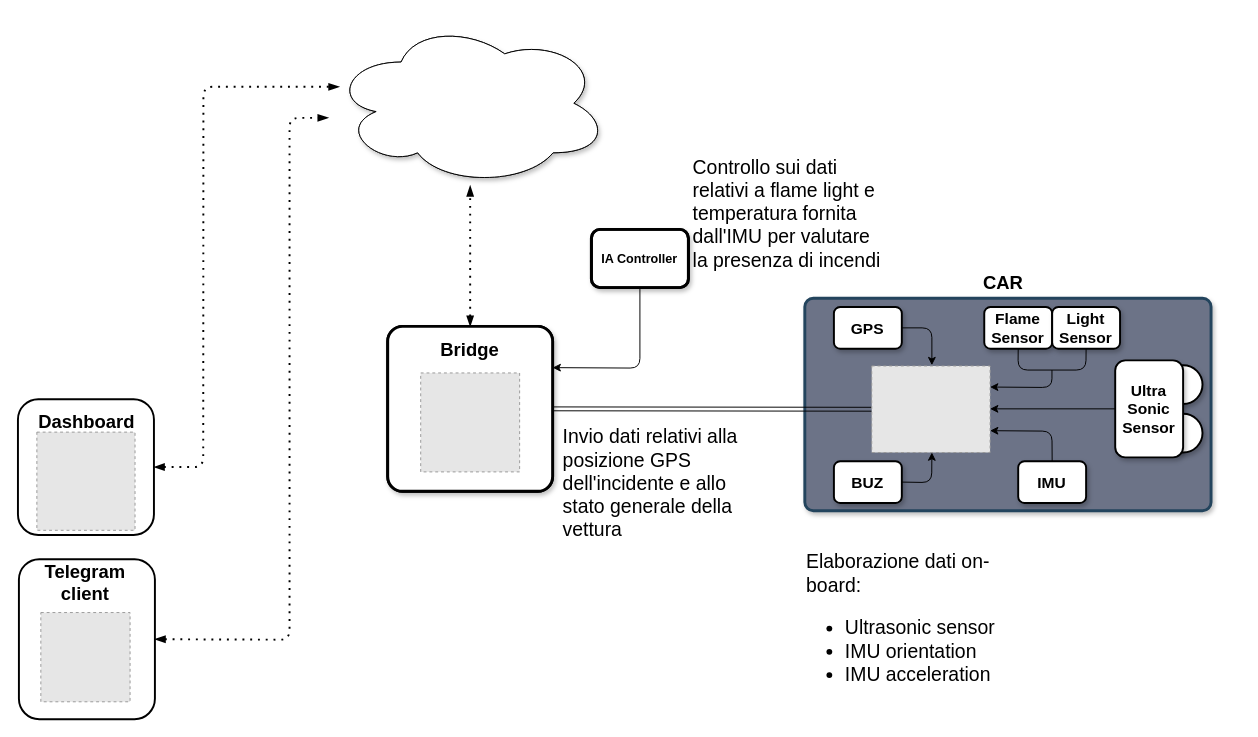
The draw.io diagram page "Pagina-1" (1 of 2) of documentation/arch.drawio in GGZ8/car_accident_detection, before the edit. Source tidied: cells renumbered, new cells numbered last; positions are measured from the earlier drawing's top-left corner, leaving out a move shared by most shapes. Both pictures are drawn from the tidied source at 97%, with x=0, y=0 at pixel (17, 20). Pictures stored in the file or linked from it are replaced by grey dashed boxes.
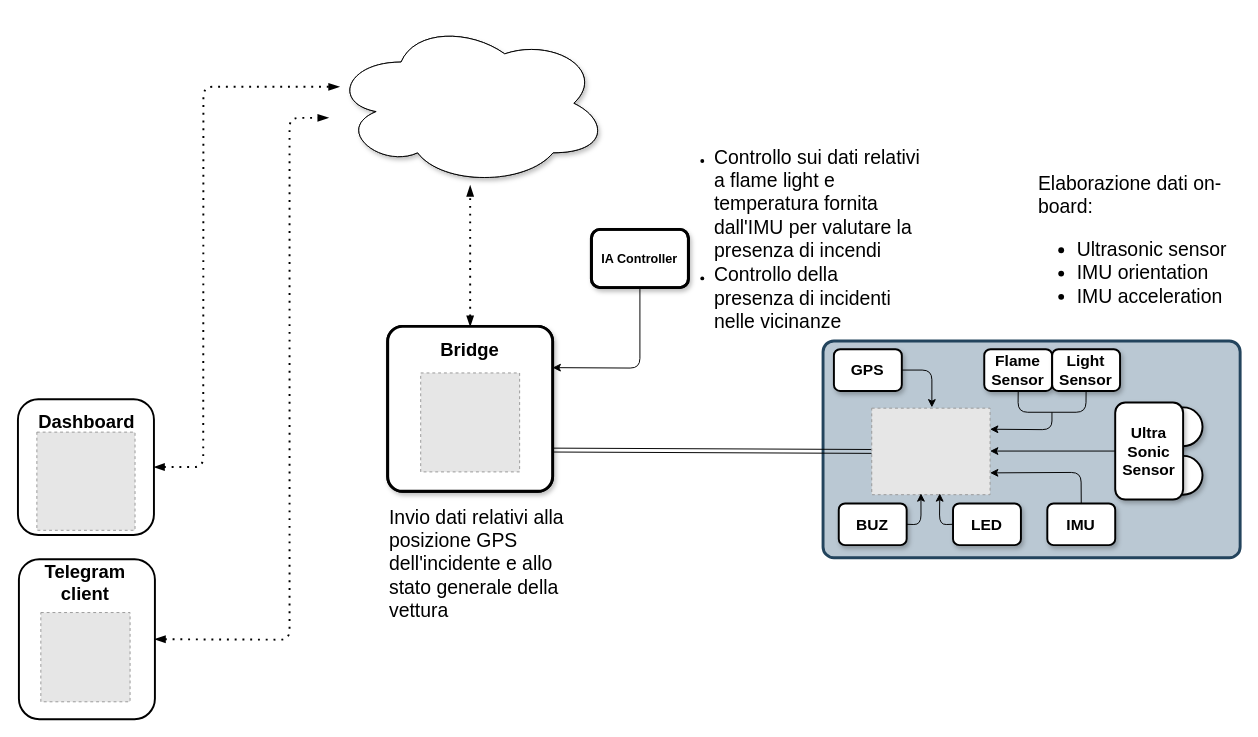
Above is the later version.

The change refers to these unchanged cells:
```xml
<mxCell id="6" value="&lt;font style=&quot;font-size: 20px&quot;&gt;&lt;b&gt;BRIDGE&lt;/b&gt;&lt;/font&gt;" style="whiteSpace=wrap;html=1;strokeWidth=3;rounded=1;arcSize=9;" parent="1" vertex="1">
  <mxGeometry x="381.2" y="315" width="170" height="170" as="geometry" />
</mxCell>
<mxCell id="13" style="whiteSpace=wrap;html=1;strokeWidth=3;rounded=1;arcSize=9;shadow=1;" parent="1" vertex="1">
  <mxGeometry x="381.2" y="315" width="170" height="170" as="geometry" />
</mxCell>
```

Change to the diagram source:
```diff
@@
+    <mxCell id="42" style="rounded=1;whiteSpace=wrap;html=1;arcSize=5;fillColor=#bac8d3;strokeColor=#23445d;strokeWidth=3;" parent="1" vertex="1">
+      <mxGeometry x="830" y="330" width="430" height="223.5" as="geometry" />
+    </mxCell>
@@
-    <mxCell id="4" style="rounded=1;whiteSpace=wrap;html=1;strokeWidth=3;strokeColor=#23445d;arcSize=4;shadow=1;sketch=0;perimeterSpacing=0;curveFitting=2.95;zigzagOffset=2;fillColor=#6C7387;" parent="1" vertex="1">
-      <mxGeometry x="811.2" y="286" width="418.8" height="219" as="geometry" />
-    </mxCell>
     <mxCell id="5" style="rounded=1;whiteSpace=wrap;html=1;strokeWidth=3;shadow=1;fillColor=none;strokeColor=none;" parent="1" vertex="1">
-      <mxGeometry x="882.2" y="355" width="120" height="90" as="geometry" />
+      <mxGeometry x="882.2" y="398.5" width="120" height="90" as="geometry" />
     </mxCell>
@@
-    <mxCell id="7" style="shape=link;html=1;exitX=1;exitY=0.5;exitDx=0;exitDy=0;entryX=0;entryY=0.5;entryDx=0;entryDy=0;" parent="1" edge="1" source="6" target="36">
+    <mxCell id="7" style="shape=link;html=1;exitX=1;exitY=0.75;exitDx=0;exitDy=0;entryX=0;entryY=0.5;entryDx=0;entryDy=0;" parent="1" edge="1" source="13" target="36">
       <mxGeometry relative="1" as="geometry" />
     </mxCell>
@@
-    <mxCell id="15" value="&lt;font style=&quot;font-size: 19px&quot;&gt;&lt;b&gt;CAR&lt;/b&gt;&lt;/font&gt;" style="text;html=1;strokeColor=none;fillColor=none;align=center;verticalAlign=middle;whiteSpace=wrap;rounded=0;" parent="1" vertex="1">
-      <mxGeometry x="976.2" y="256" width="80" height="30" as="geometry" />
-    </mxCell>
     <mxCell id="16" value="&lt;b style=&quot;font-size: 16px&quot;&gt;Flame&lt;br&gt;Sensor&lt;/b&gt;" style="rounded=1;whiteSpace=wrap;html=1;strokeWidth=2;fillColor=#ffffff;gradientColor=none;shadow=1;" parent="1" vertex="1">
-      <mxGeometry x="996.2" y="295" width="70" height="43" as="geometry" />
+      <mxGeometry x="996.2" y="338.5" width="70" height="43" as="geometry" />
     </mxCell>
     <mxCell id="17" value="&lt;b&gt;&lt;font style=&quot;font-size: 16px&quot;&gt;IMU&lt;/font&gt;&lt;/b&gt;" style="rounded=1;whiteSpace=wrap;html=1;strokeWidth=2;fillColor=#ffffff;gradientColor=none;shadow=1;" parent="1" vertex="1">
-      <mxGeometry x="1031.2" y="454" width="70" height="43" as="geometry" />
+      <mxGeometry x="1061.2" y="497.5" width="70" height="43" as="geometry" />
     </mxCell>
     <mxCell id="18" style="endArrow=classic;html=1;entryX=1;entryY=0.25;entryDx=0;entryDy=0;" parent="1" edge="1" target="5">
       <mxGeometry relative="1" as="geometry">
-        <mxPoint x="1066" y="360" as="sourcePoint" />
+        <mxPoint x="1066" y="403.5" as="sourcePoint" />
         <Array as="points">
-          <mxPoint x="1066" y="378" />
+          <mxPoint x="1066" y="421.5" />
         </Array>
       </mxGeometry>
     </mxCell>
@@
     <mxCell id="20" style="endArrow=classic;html=1;exitX=0.5;exitY=0;exitDx=0;exitDy=0;entryX=1;entryY=0.75;entryDx=0;entryDy=0;" parent="1" edge="1" source="17" target="5">
       <mxGeometry relative="1" as="geometry">
         <Array as="points">
-          <mxPoint x="1066" y="423" />
+          <mxPoint x="1096" y="465.5" />
         </Array>
       </mxGeometry>
     </mxCell>
     <mxCell id="21" style="ellipse;whiteSpace=wrap;html=1;rounded=0;strokeWidth=2;fillColor=#ffffff;gradientColor=none;shadow=1;" parent="1" vertex="1">
-      <mxGeometry x="1181.2" y="355" width="40" height="40" as="geometry" />
+      <mxGeometry x="1181.2" y="398.5" width="40" height="40" as="geometry" />
     </mxCell>
     <mxCell id="22" style="ellipse;whiteSpace=wrap;html=1;rounded=0;strokeWidth=2;fillColor=#ffffff;gradientColor=none;shadow=1;" parent="1" vertex="1">
-      <mxGeometry x="1181.2" y="405" width="40" height="40" as="geometry" />
+      <mxGeometry x="1181.2" y="448.5" width="40" height="40" as="geometry" />
     </mxCell>
     <mxCell id="23" value="&lt;b style=&quot;font-size: 16px&quot;&gt;Ultra&lt;br&gt;Sonic&lt;br&gt;Sensor&lt;/b&gt;" style="rounded=1;whiteSpace=wrap;html=1;strokeWidth=2;fillColor=#ffffff;gradientColor=none;shadow=1;" parent="1" vertex="1">
-      <mxGeometry x="1131.2" y="350" width="70" height="100" as="geometry" />
+      <mxGeometry x="1131.2" y="393.5" width="70" height="100" as="geometry" />
     </mxCell>
@@
-    <mxCell id="25" value="&lt;font style=&quot;font-size: 20px&quot;&gt;Controllo sui dati relativi a flame light e temperatura fornita dall'IMU per valutare la presenza di incendi&lt;/font&gt;" style="text;html=1;strokeColor=none;fillColor=none;align=left;verticalAlign=middle;whiteSpace=wrap;rounded=0;" parent="1" vertex="1">
-      <mxGeometry x="694.2" y="140" width="200" height="116" as="geometry" />
+    <mxCell id="25" value="&lt;ul&gt;&lt;li&gt;&lt;font style=&quot;font-size: 20px&quot;&gt;Controllo sui dati relativi a flame light e temperatura fornita dall'IMU per valutare la presenza di incendi&lt;/font&gt;&lt;/li&gt;&lt;/ul&gt;" style="text;html=1;strokeColor=none;fillColor=none;align=left;verticalAlign=middle;whiteSpace=wrap;rounded=0;" parent="1" vertex="1">
+      <mxGeometry x="675.5" y="130" width="265.8" height="116" as="geometry" />
     </mxCell>
     <mxCell id="26" value="&lt;font style=&quot;font-size: 20px&quot;&gt;Elaborazione dati on-board:&lt;br&gt;&lt;ul&gt;&lt;li&gt;&lt;font style=&quot;font-size: 20px&quot;&gt;Ultrasonic sensor&lt;/font&gt;&lt;/li&gt;&lt;li&gt;&lt;font style=&quot;font-size: 20px&quot;&gt;IMU orientation&lt;/font&gt;&lt;/li&gt;&lt;li&gt;&lt;font style=&quot;font-size: 20px&quot;&gt;IMU acceleration&lt;/font&gt;&lt;/li&gt;&lt;/ul&gt;&lt;/font&gt;" style="text;html=1;strokeColor=none;fillColor=none;align=left;verticalAlign=middle;whiteSpace=wrap;rounded=0;" parent="1" vertex="1">
-      <mxGeometry x="811.2" y="530" width="200" height="190" as="geometry" />
+      <mxGeometry x="1050" y="140" width="200" height="190" as="geometry" />
     </mxCell>
     <mxCell id="27" value="&lt;font style=&quot;font-size: 20px&quot;&gt;Invio dati relativi alla posizione GPS dell'incidente e allo stato generale della vettura&lt;/font&gt;" style="text;html=1;strokeColor=none;fillColor=none;align=left;verticalAlign=middle;whiteSpace=wrap;rounded=0;" parent="1" vertex="1">
-      <mxGeometry x="560" y="414" width="200" height="123" as="geometry" />
+      <mxGeometry x="381.2" y="497" width="200" height="123" as="geometry" />
     </mxCell>
@@
     <mxCell id="29" value="&lt;span style=&quot;font-size: 16px&quot;&gt;&lt;b&gt;GPS&lt;/b&gt;&lt;/span&gt;" style="rounded=1;whiteSpace=wrap;html=1;strokeWidth=2;fillColor=#ffffff;gradientColor=none;shadow=1;" parent="1" vertex="1">
-      <mxGeometry x="841.2" y="295" width="70" height="43" as="geometry" />
+      <mxGeometry x="841.2" y="338.5" width="70" height="43" as="geometry" />
     </mxCell>
     <mxCell id="30" value="&lt;b style=&quot;font-size: 16px&quot;&gt;Light&lt;br&gt;Sensor&lt;/b&gt;" style="rounded=1;whiteSpace=wrap;html=1;strokeWidth=2;fillColor=#ffffff;gradientColor=none;shadow=1;" parent="1" vertex="1">
-      <mxGeometry x="1066.2" y="295" width="70" height="43" as="geometry" />
+      <mxGeometry x="1066.2" y="338.5" width="70" height="43" as="geometry" />
     </mxCell>
     <mxCell id="31" style="endArrow=none;html=1;entryX=0.5;entryY=1;entryDx=0;entryDy=0;exitX=0.5;exitY=1;exitDx=0;exitDy=0;" parent="1" edge="1" source="16" target="30">
       <mxGeometry relative="1" as="geometry">
         <Array as="points">
-          <mxPoint x="1031" y="360" />
-          <mxPoint x="1101" y="360" />
+          <mxPoint x="1031" y="403.5" />
+          <mxPoint x="1101" y="403.5" />
         </Array>
       </mxGeometry>
     </mxCell>
@@
     <mxCell id="36" style="fillColor=#E6E6E6;strokeColor=#999999;dashed=1;verticalLabelPosition=bottom;labelBackgroundColor=#ffffff;verticalAlign=top;" parent="1" vertex="1">
-      <mxGeometry x="880.2" y="355.8" width="122" height="89.2" as="geometry" />
+      <mxGeometry x="880.2" y="399.3" width="122" height="89.2" as="geometry" />
     </mxCell>
@@
     <mxCell id="40" value="&lt;b&gt;&lt;font style=&quot;font-size: 16px&quot;&gt;BUZ&lt;/font&gt;&lt;/b&gt;" style="rounded=1;whiteSpace=wrap;html=1;strokeWidth=2;fillColor=#ffffff;gradientColor=none;shadow=1;" parent="1" vertex="1">
-      <mxGeometry x="841.2" y="454" width="70" height="43" as="geometry" />
+      <mxGeometry x="846.2" y="497.5" width="70" height="43" as="geometry" />
     </mxCell>
-    <mxCell id="41" style="endArrow=classic;html=1;exitX=1;exitY=0.5;exitDx=0;exitDy=0;entryX=0.5;entryY=1;entryDx=0;entryDy=0;" parent="1" edge="1" source="40" target="5">
+    <mxCell id="41" style="endArrow=classic;html=1;exitX=1;exitY=0.5;exitDx=0;exitDy=0;entryX=0.406;entryY=0.985;entryDx=0;entryDy=0;entryPerimeter=0;" parent="1" edge="1" source="40" target="5">
       <mxGeometry relative="1" as="geometry">
         <Array as="points">
-          <mxPoint x="942" y="476" />
+          <mxPoint x="931" y="519.5" />
         </Array>
       </mxGeometry>
     </mxCell>
+    <mxCell id="43" value="&lt;ul&gt;&lt;li&gt;&lt;font style=&quot;font-size: 20px&quot;&gt;Controllo della presenza di incidenti nelle vicinanze&lt;/font&gt;&lt;/li&gt;&lt;/ul&gt;" style="text;html=1;strokeColor=none;fillColor=none;align=left;verticalAlign=middle;whiteSpace=wrap;rounded=0;" parent="1" vertex="1">
+      <mxGeometry x="675.5" y="246" width="235.8" height="77" as="geometry" />
+    </mxCell>
+    <mxCell id="44" value="&lt;b&gt;&lt;font style=&quot;font-size: 16px&quot;&gt;LED&lt;/font&gt;&lt;/b&gt;" style="rounded=1;whiteSpace=wrap;html=1;strokeWidth=2;fillColor=#ffffff;gradientColor=none;shadow=1;" parent="1" vertex="1">
+      <mxGeometry x="964" y="497.5" width="70" height="43" as="geometry" />
+    </mxCell>
+    <mxCell id="45" style="endArrow=classic;html=1;entryX=0.575;entryY=0.985;entryDx=0;entryDy=0;exitX=0;exitY=0.5;exitDx=0;exitDy=0;entryPerimeter=0;" parent="1" edge="1" source="44" target="36">
+      <mxGeometry relative="1" as="geometry">
+        <Array as="points">
+          <mxPoint x="950" y="519.5" />
+        </Array>
+      </mxGeometry>
+    </mxCell>
```
